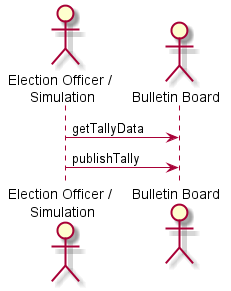
The PlantUML diagram doc/sequence/Tallying.png in republique-et-canton-de-geneve/chvote-protocol-poc, before a commit. The source it was exported from:
```plantuml
@startuml
actor "Election Officer / \nSimulation" as eo
actor "Bulletin Board" as bb

eo -> bb : getTallyData
eo -> bb : publishTally

@enduml
```
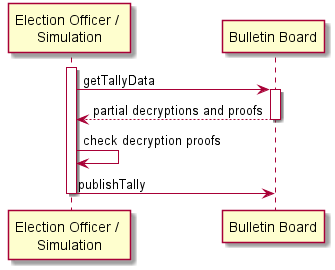
After the commit.

Diff of the diagram source:
```diff
@@ -1,8 +1,16 @@
 @startuml
-actor "Election Officer / \nSimulation" as eo
-actor "Bulletin Board" as bb
+participant "Election Officer / \nSimulation" as eo
+participant "Bulletin Board" as bb
 
+activate eo
 eo -> bb : getTallyData
+activate bb
+bb --> eo : partial decryptions and proofs
+deactivate bb
+
+eo -> eo : check decryption proofs
+
 eo -> bb : publishTally
+deactivate eo
 
 @enduml
```
